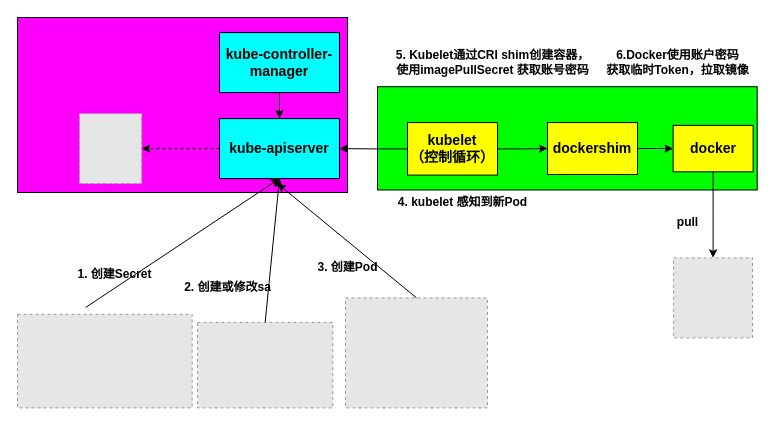
Above: 修改.drawio in hwm1990/hwm (draw.io), before the change. Source tidied: cells renumbered, new cells numbered last; positions are measured from the earlier drawing's top-left corner, leaving out a move shared by most shapes. Both pictures are drawn from the tidied source at 100%, with x=0, y=0 at pixel (17, -52). Pictures stored in the file or linked from it are replaced by grey dashed boxes.
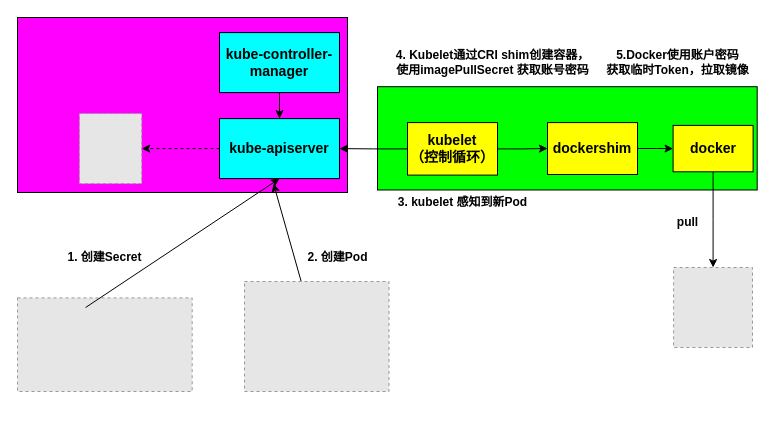
The same page after the edit.

Unchanged cells that the change refers to:
```xml
<mxCell id="5" value="&lt;font style=&quot;font-size: 14px&quot;&gt;&lt;b&gt;kube-apiserver&lt;/b&gt;&lt;/font&gt;" style="rounded=0;whiteSpace=wrap;html=1;fillColor=#00FFFF;" parent="1" vertex="1">
  <mxGeometry x="202" y="170.1" width="120" height="60" as="geometry" />
</mxCell>
```

What changed in the source:
```diff
@@
     <mxCell id="8" style="fillColor=#E6E6E6;strokeColor=#999999;dashed=1;verticalLabelPosition=bottom;labelBackgroundColor=#ffffff;verticalAlign=top;" parent="1" vertex="1">
-      <mxGeometry y="365.8" width="174.7" height="93.6" as="geometry" />
+      <mxGeometry y="349.4" width="174.7" height="93.6" as="geometry" />
     </mxCell>
@@
     <mxCell id="15" style="fillColor=#E6E6E6;strokeColor=#999999;dashed=1;verticalLabelPosition=bottom;labelBackgroundColor=#ffffff;verticalAlign=top;" parent="1" vertex="1">
-      <mxGeometry x="656.1" y="309.4" width="78.9" height="80" as="geometry" />
+      <mxGeometry x="656.1" y="319" width="78.9" height="80" as="geometry" />
     </mxCell>
     <mxCell id="16" value="&lt;b&gt;1. 创建Secret&lt;/b&gt;" style="text;html=1;align=center;verticalAlign=middle;" parent="1" vertex="1">
-      <mxGeometry x="52" y="315.8" width="90" height="20" as="geometry" />
+      <mxGeometry x="42.4" y="299" width="90" height="20" as="geometry" />
     </mxCell>
-    <mxCell id="17" value="&lt;b&gt;2. 创建或修改sa&lt;/b&gt;" style="text;html=1;align=center;verticalAlign=middle;" parent="1" vertex="1">
-      <mxGeometry x="160" y="329.4" width="100" height="20" as="geometry" />
-    </mxCell>
-    <mxCell id="18" value="&lt;b&gt;4. kubelet 感知到新Pod&lt;/b&gt;" style="text;html=1;align=center;verticalAlign=middle;" parent="1" vertex="1">
+    <mxCell id="18" value="&lt;b&gt;3. kubelet 感知到新Pod&lt;/b&gt;" style="text;html=1;align=center;verticalAlign=middle;" parent="1" vertex="1">
       <mxGeometry x="370" y="244" width="150" height="20" as="geometry" />
     </mxCell>
-    <mxCell id="19" value="&lt;b&gt;5. Kubelet通过CRI shim创建容器，&lt;br&gt;使用imagePullSecret&amp;nbsp;获取账号密码&lt;/b&gt;" style="text;html=1;align=center;verticalAlign=middle;" parent="1" vertex="1">
+    <mxCell id="19" value="&lt;b&gt;4. Kubelet通过CRI shim创建容器，&lt;br&gt;使用imagePullSecret&amp;nbsp;获取账号密码&lt;/b&gt;" style="text;html=1;align=center;verticalAlign=middle;" parent="1" vertex="1">
       <mxGeometry x="370" y="99.1" width="210" height="30" as="geometry" />
     </mxCell>
-    <mxCell id="20" value="&lt;b&gt;6.Docker使用账户密码&lt;br&gt;获取临时Token，拉取镜像&lt;/b&gt;" style="text;html=1;align=center;verticalAlign=middle;" parent="1" vertex="1">
+    <mxCell id="20" value="&lt;b&gt;5.Docker使用账户密码&lt;br&gt;获取临时Token，拉取镜像&lt;/b&gt;" style="text;html=1;align=center;verticalAlign=middle;" parent="1" vertex="1">
       <mxGeometry x="580" y="99" width="160" height="30" as="geometry" />
     </mxCell>
-    <mxCell id="21" style="fillColor=#E6E6E6;strokeColor=#999999;dashed=1;verticalLabelPosition=bottom;labelBackgroundColor=#ffffff;verticalAlign=top;" parent="1" vertex="1">
-      <mxGeometry x="180" y="373.9" width="135.3" height="85.5" as="geometry" />
-    </mxCell>
-    <mxCell id="22" value="&lt;b&gt;3. 创建Pod&lt;/b&gt;" style="text;html=1;align=center;verticalAlign=middle;" parent="1" vertex="1">
-      <mxGeometry x="290" y="309.4" width="80" height="20" as="geometry" />
+    <mxCell id="22" value="&lt;b&gt;2. 创建Pod&lt;/b&gt;" style="text;html=1;align=center;verticalAlign=middle;" parent="1" vertex="1">
+      <mxGeometry x="280" y="299" width="80" height="20" as="geometry" />
     </mxCell>
@@
-    <mxCell id="25" style="fillColor=#E6E6E6;strokeColor=#999999;dashed=1;verticalLabelPosition=bottom;labelBackgroundColor=#ffffff;verticalAlign=top;" parent="1" vertex="1">
-      <mxGeometry x="328" y="349.4" width="142" height="110" as="geometry" />
-    </mxCell>
@@
-    <mxCell id="27" style="endArrow=classic;html=1;entryX=0.5;entryY=1;entryDx=0;entryDy=0;exitX=0.5;exitY=0;exitDx=0;exitDy=0;" parent="1" edge="1" source="21" target="5">
-      <mxGeometry relative="1" as="geometry" />
-    </mxCell>
-    <mxCell id="28" style="endArrow=classic;html=1;exitX=0.5;exitY=0;exitDx=0;exitDy=0;" parent="1" edge="1" source="25">
+    <mxCell id="28" style="endArrow=classic;html=1;" parent="1" edge="1" source="30">
       <mxGeometry relative="1" as="geometry">
-        <mxPoint x="260" y="235.1" as="targetPoint" />
+        <mxPoint x="256" y="235.1" as="targetPoint" />
       </mxGeometry>
     </mxCell>
@@
+    <mxCell id="30" style="fillColor=#E6E6E6;strokeColor=#999999;dashed=1;verticalLabelPosition=bottom;labelBackgroundColor=#ffffff;verticalAlign=top;" parent="1" vertex="1">
+      <mxGeometry x="227" y="333" width="144.5" height="110" as="geometry" />
+    </mxCell>
```
